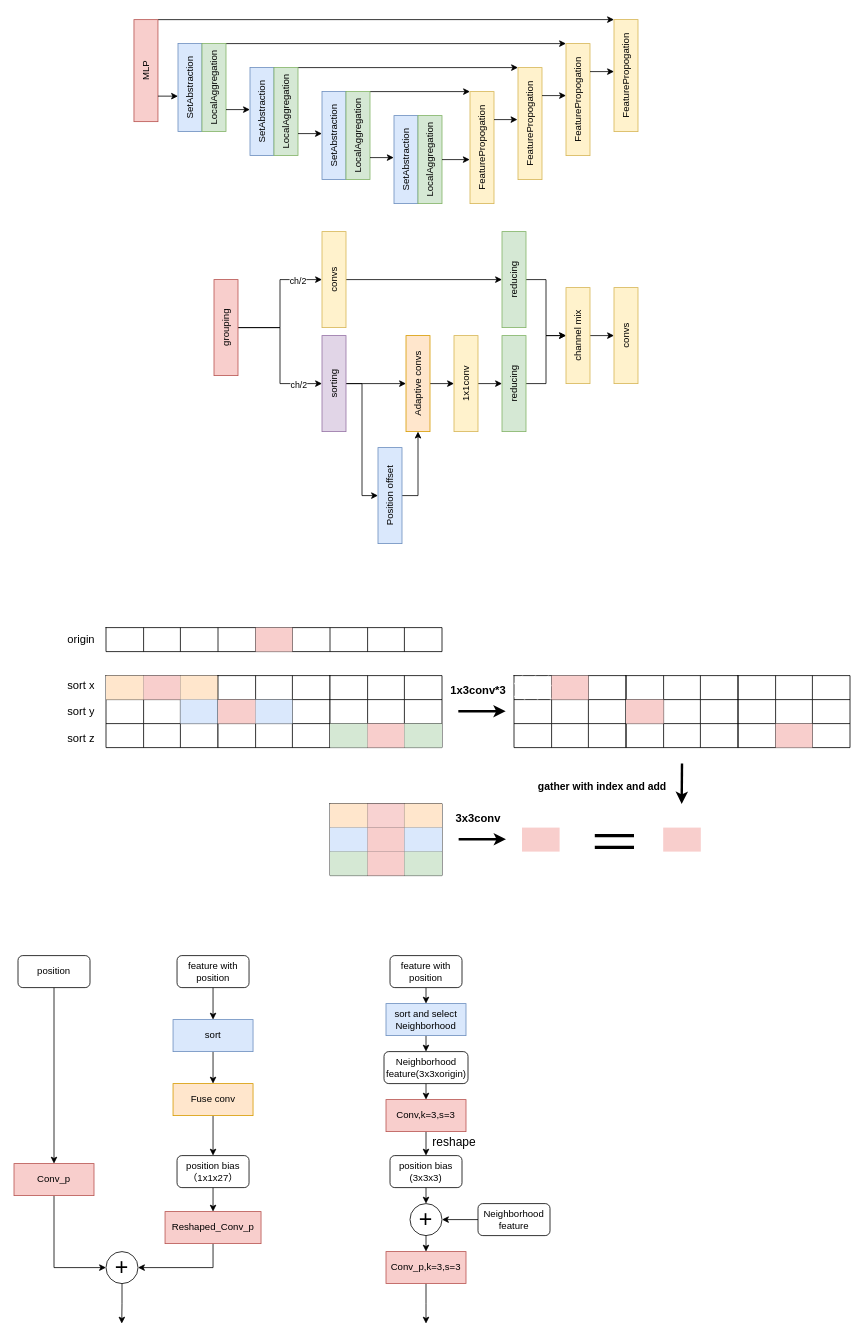
This is 未命名绘图.drawio from peajelly/test8, a draw.io file, before an edit. Source tidied: cells renumbered, new cells numbered last; positions are measured from the earlier drawing's top-left corner, leaving out a move shared by most shapes. Both pictures are drawn from the tidied source at 80%, with x=0, y=0 at pixel (14, 19).
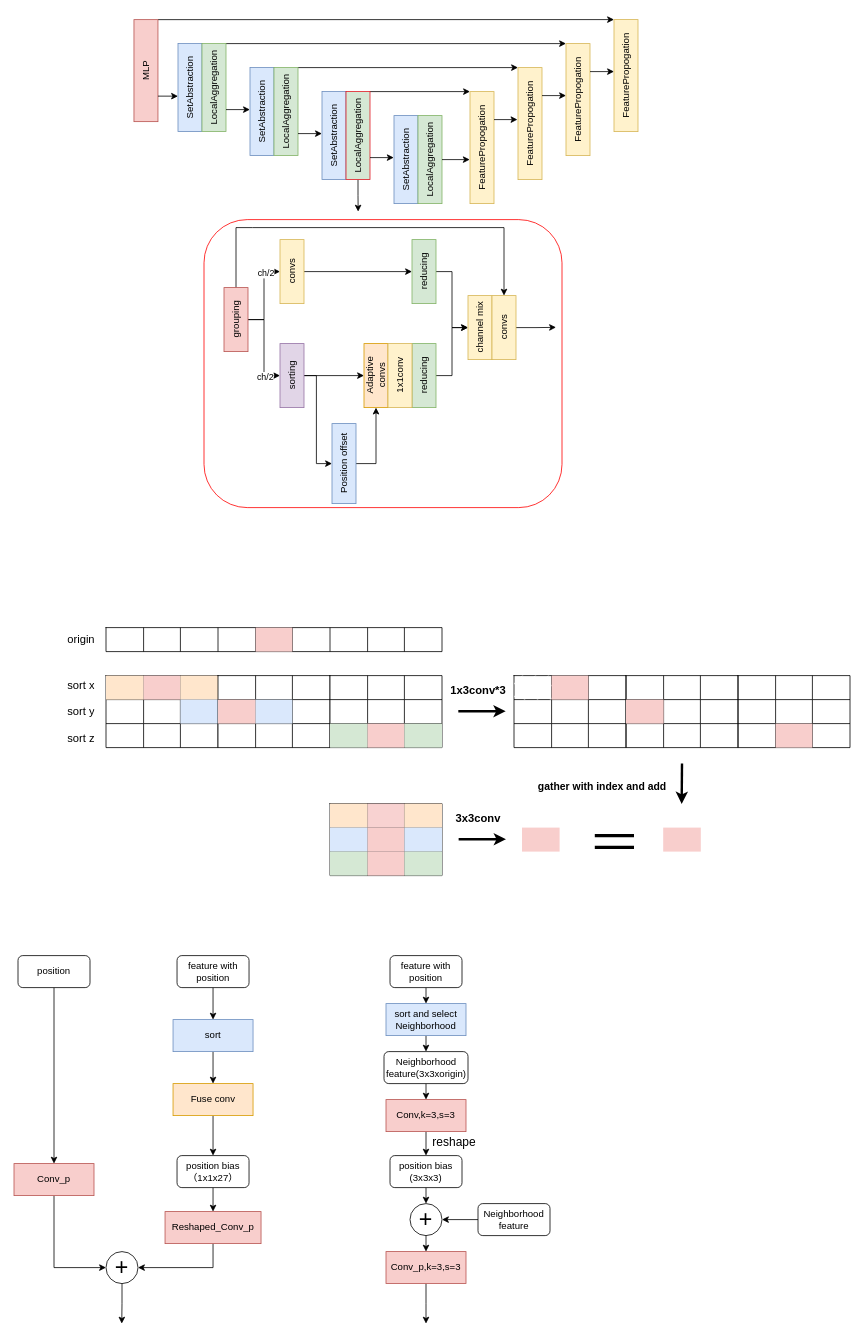
Above is the later version.

Commit message:
更新未命名绘图.drawio

The edit, as a diff of the source:
```diff
@@
+    <mxCell id="198" style="edgeStyle=orthogonalEdgeStyle;rounded=0;jettySize=auto;html=1;exitX=0;exitY=0.5;exitDx=0;exitDy=0;" parent="1" edge="1" source="10">
+      <mxGeometry relative="1" as="geometry">
+        <mxPoint x="430.2" y="240" as="targetPoint" />
+      </mxGeometry>
+    </mxCell>
-    <mxCell id="10" value="&lt;font style=&quot;font-size: 12px;&quot;&gt;LocalAggregation&lt;/font&gt;" style="rounded=0;whiteSpace=wrap;html=1;rotation=-90;fillColor=#d5e8d4;strokeColor=#82b366;" parent="1" vertex="1">
+    <mxCell id="10" value="&lt;font style=&quot;font-size: 12px;&quot;&gt;LocalAggregation&lt;/font&gt;" style="rounded=0;whiteSpace=wrap;html=1;rotation=-90;fillColor=#d5e8d4;strokeColor=#e01b24;" parent="1" vertex="1">
       <mxGeometry x="375" y="130" width="110" height="30" as="geometry" />
     </mxCell>
@@
+    <mxCell id="199" style="edgeStyle=orthogonalEdgeStyle;rounded=0;jettySize=auto;html=1;exitX=1;exitY=0.5;exitDx=0;exitDy=0;entryX=1;entryY=0.5;entryDx=0;entryDy=0;" parent="1" edge="1" source="31" target="49">
+      <mxGeometry relative="1" as="geometry">
+        <Array as="points">
+          <mxPoint x="298" y="260" />
+          <mxPoint x="632" y="260" />
+        </Array>
+      </mxGeometry>
+    </mxCell>
     <mxCell id="31" value="grouping" style="rounded=0;whiteSpace=wrap;html=1;rotation=-90;fillColor=#f8cecc;strokeColor=#b85450;" parent="1" vertex="1">
-      <mxGeometry x="205" y="370" width="120" height="30" as="geometry" />
+      <mxGeometry x="237.5" y="360" width="80" height="30" as="geometry" />
     </mxCell>
     <mxCell id="32" style="edgeStyle=orthogonalEdgeStyle;rounded=0;jettySize=auto;html=1;exitX=0.5;exitY=1;exitDx=0;exitDy=0;entryX=0.5;entryY=0;entryDx=0;entryDy=0;" parent="1" edge="1" source="34" target="36">
-      <mxGeometry relative="1" as="geometry" />
+      <mxGeometry relative="1" as="geometry">
+        <Array as="points">
+          <mxPoint x="378" y="445" />
+          <mxPoint x="378" y="555" />
+        </Array>
+      </mxGeometry>
     </mxCell>
@@
     <mxCell id="34" value="sorting" style="rounded=0;whiteSpace=wrap;html=1;rotation=-90;fillColor=#e1d5e7;strokeColor=#9673a6;" parent="1" vertex="1">
-      <mxGeometry x="340" y="440" width="120" height="30" as="geometry" />
+      <mxGeometry x="307.5" y="430" width="80" height="30" as="geometry" />
     </mxCell>
@@
     <mxCell id="36" value="Position offset" style="rounded=0;whiteSpace=wrap;html=1;rotation=-90;fillColor=#dae8fc;strokeColor=#6c8ebf;" parent="1" vertex="1">
-      <mxGeometry x="410" y="580" width="120" height="30" as="geometry" />
+      <mxGeometry x="362.5" y="540" width="100" height="30" as="geometry" />
     </mxCell>
-    <mxCell id="37" style="edgeStyle=orthogonalEdgeStyle;rounded=0;jettySize=auto;html=1;exitX=0.5;exitY=1;exitDx=0;exitDy=0;entryX=0.5;entryY=0;entryDx=0;entryDy=0;" parent="1" edge="1" source="38" target="44">
-      <mxGeometry relative="1" as="geometry" />
-    </mxCell>
     <mxCell id="38" value="Adaptive convs" style="rounded=0;whiteSpace=wrap;html=1;rotation=-90;fillColor=#ffe6cc;strokeColor=#d79b00;" parent="1" vertex="1">
-      <mxGeometry x="445" y="440" width="120" height="30" as="geometry" />
+      <mxGeometry x="412.5" y="430" width="80" height="30" as="geometry" />
     </mxCell>
@@
     <mxCell id="40" value="convs" style="rounded=0;whiteSpace=wrap;html=1;rotation=-90;fillColor=#fff2cc;strokeColor=#d6b656;" parent="1" vertex="1">
-      <mxGeometry x="340" y="310" width="120" height="30" as="geometry" />
+      <mxGeometry x="307.5" y="300" width="80" height="30" as="geometry" />
     </mxCell>
@@
     <mxCell id="42" value="reducing" style="rounded=0;whiteSpace=wrap;html=1;rotation=-90;fillColor=#d5e8d4;strokeColor=#82b366;" parent="1" vertex="1">
-      <mxGeometry x="565" y="440" width="120" height="30" as="geometry" />
+      <mxGeometry x="472.5" y="430" width="80" height="30" as="geometry" />
     </mxCell>
-    <mxCell id="43" style="edgeStyle=orthogonalEdgeStyle;rounded=0;jettySize=auto;html=1;exitX=0.5;exitY=1;exitDx=0;exitDy=0;entryX=0.5;entryY=0;entryDx=0;entryDy=0;" parent="1" edge="1" source="44" target="42">
-      <mxGeometry relative="1" as="geometry" />
-    </mxCell>
     <mxCell id="44" value="1x1conv" style="rounded=0;whiteSpace=wrap;html=1;rotation=-90;fillColor=#fff2cc;strokeColor=#d6b656;" parent="1" vertex="1">
-      <mxGeometry x="505" y="440" width="120" height="30" as="geometry" />
+      <mxGeometry x="442.5" y="430" width="80" height="30" as="geometry" />
     </mxCell>
@@
     <mxCell id="46" value="reducing" style="rounded=0;whiteSpace=wrap;html=1;rotation=-90;fillColor=#d5e8d4;strokeColor=#82b366;" parent="1" vertex="1">
-      <mxGeometry x="565" y="310" width="120" height="30" as="geometry" />
+      <mxGeometry x="472.5" y="300" width="80" height="30" as="geometry" />
     </mxCell>
-    <mxCell id="47" style="edgeStyle=orthogonalEdgeStyle;rounded=0;jettySize=auto;html=1;exitX=0.5;exitY=1;exitDx=0;exitDy=0;entryX=0.5;entryY=0;entryDx=0;entryDy=0;" parent="1" edge="1" source="48" target="49">
-      <mxGeometry relative="1" as="geometry" />
-    </mxCell>
     <mxCell id="48" value="channel mix" style="rounded=0;whiteSpace=wrap;html=1;rotation=-90;fillColor=#fff2cc;strokeColor=#d6b656;" parent="1" vertex="1">
-      <mxGeometry x="645" y="380" width="120" height="30" as="geometry" />
+      <mxGeometry x="542.5" y="370" width="80" height="30" as="geometry" />
     </mxCell>
+    <mxCell id="200" style="edgeStyle=orthogonalEdgeStyle;rounded=0;jettySize=auto;html=1;exitX=0.5;exitY=1;exitDx=0;exitDy=0;" parent="1" edge="1" source="49">
+      <mxGeometry relative="1" as="geometry">
+        <mxPoint x="677.5" y="384.7" as="targetPoint" />
+      </mxGeometry>
+    </mxCell>
     <mxCell id="49" value="convs" style="rounded=0;whiteSpace=wrap;html=1;rotation=-90;fillColor=#fff2cc;strokeColor=#d6b656;" parent="1" vertex="1">
-      <mxGeometry x="705" y="380" width="120" height="30" as="geometry" />
+      <mxGeometry x="572.5" y="370" width="80" height="30" as="geometry" />
     </mxCell>
@@
+    <mxCell id="201" style="rounded=1;whiteSpace=wrap;html=1;fillColor=none;strokeColor=#FF0000;" parent="1" vertex="1">
+      <mxGeometry x="237.5" y="250" width="447.5" height="360" as="geometry" />
+    </mxCell>
```
